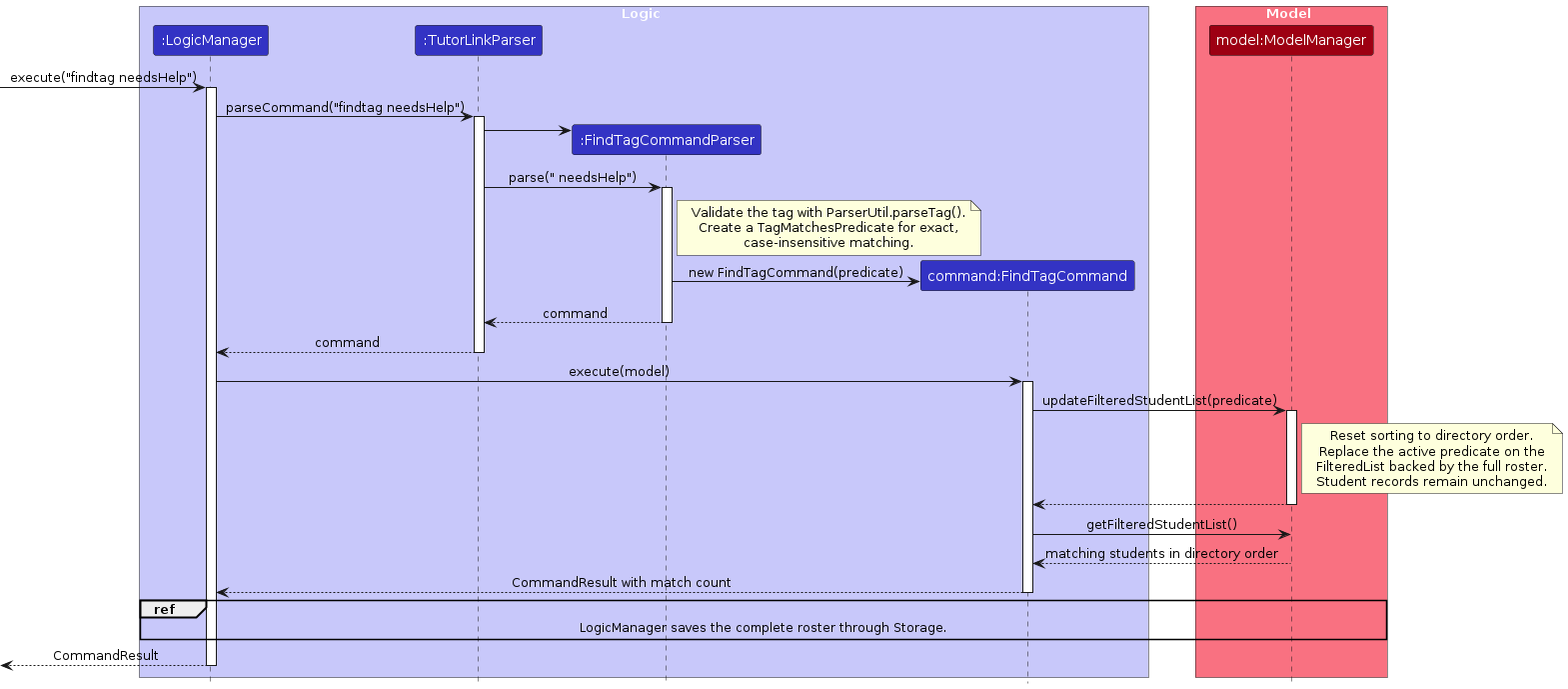
This is diagrams/FindTagSequenceDiagram.png from AY2627S1-CS2103T-T13-4/tp, a PlantUML export, as it was before one commit. Its source is kept beside it as diagrams/FindTagSequenceDiagram.puml.
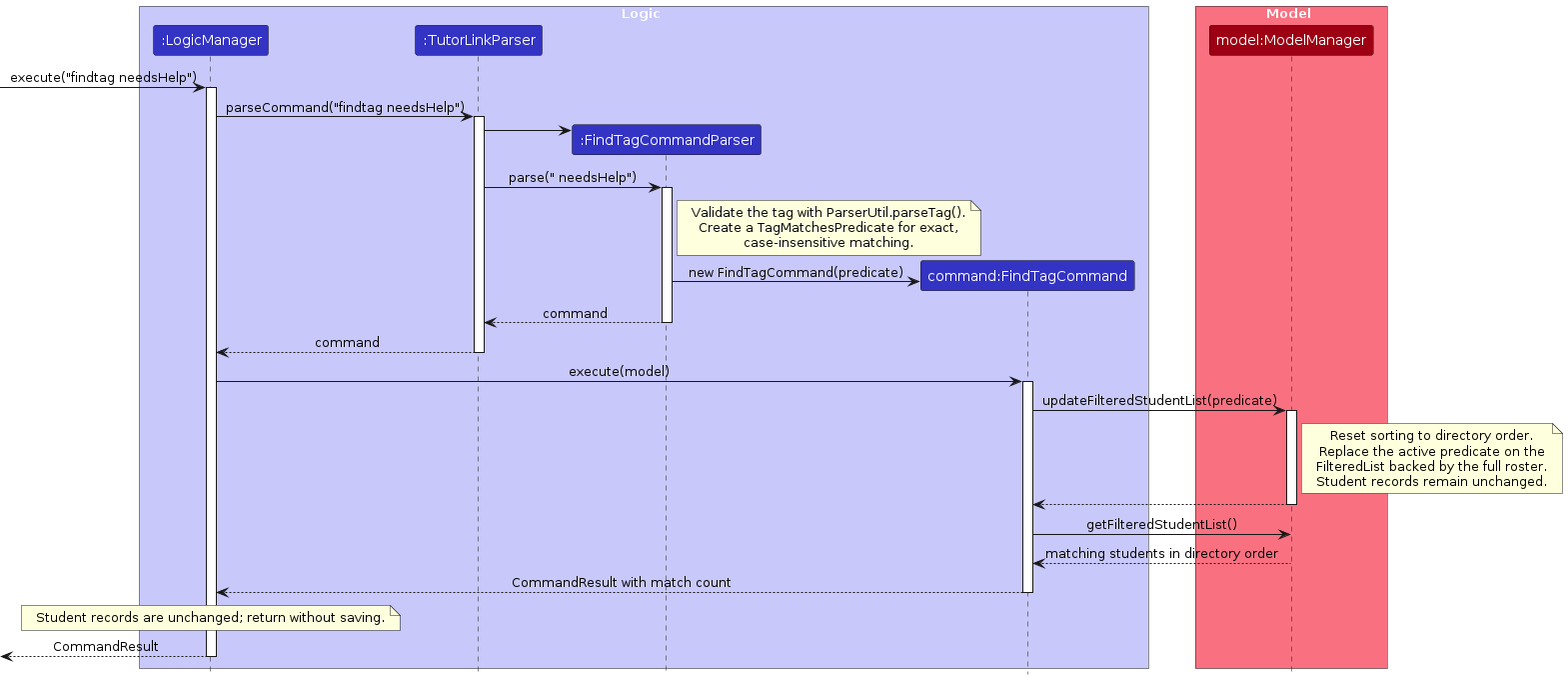
The same file after the commit.

What changed in the source:
```diff
@@ -50,9 +50,9 @@
 Model --> Command : matching students in directory order
 Command --> LogicManager : CommandResult with match count
 deactivate Command
-ref over LogicManager, Model
-  LogicManager saves the complete roster through Storage.
-end ref
+note over LogicManager
+  Student records are unchanged; return without saving.
+end note
 [<-- LogicManager : CommandResult
 deactivate LogicManager
 @enduml
```
